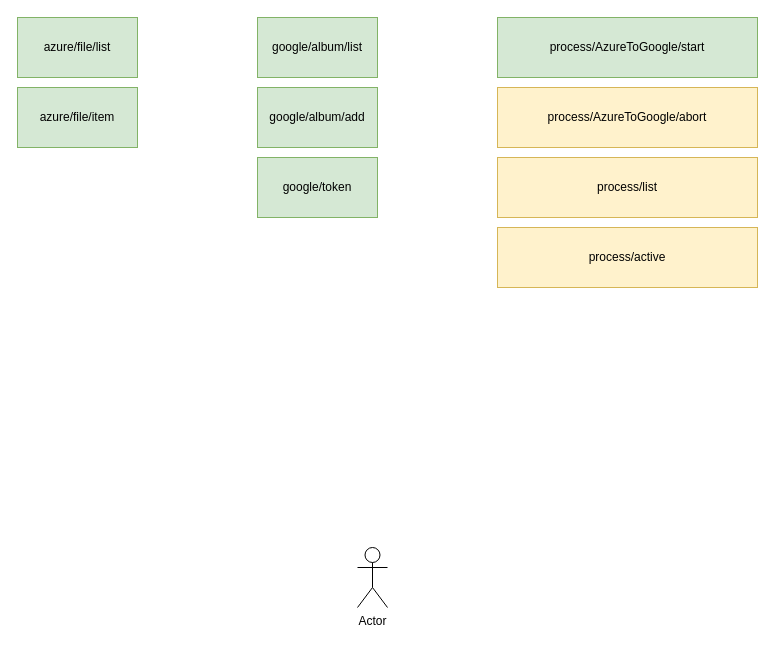
This is page "UI" (2 of 3) of docs/AdaPhotoDiagram.drawio from miticv/CloudFiles, a draw.io file, before an edit. Source tidied: cells renumbered, new cells numbered last; positions are measured from the earlier drawing's top-left corner, leaving out a move shared by most shapes. Both pictures are drawn from the tidied source at 100%, with x=0, y=0 at pixel (17, 17).
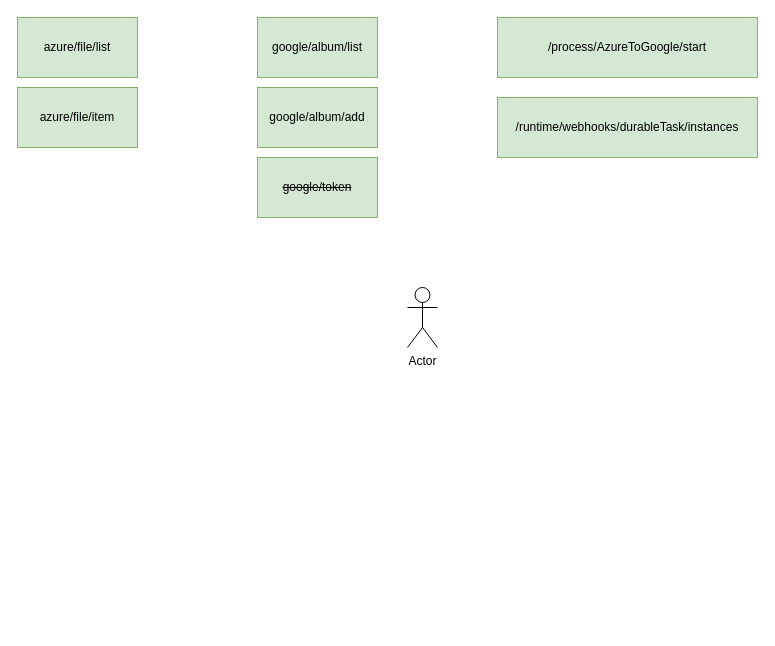
Above is the later version.

The edit, as a diff of the source:
```diff
@@
 <mxGraphModel>
   <root>
     <mxCell id="0" />
     <mxCell id="1" parent="0" />
     <mxCell id="2" value="azure/file/list" style="rounded=0;whiteSpace=wrap;html=1;fillColor=#d5e8d4;strokeColor=#82b366;" parent="1" vertex="1">
       <mxGeometry width="120" height="60" as="geometry" />
     </mxCell>
-    <mxCell id="3" value="process/AzureToGoogle/start" style="rounded=0;whiteSpace=wrap;html=1;fillColor=#d5e8d4;strokeColor=#82b366;" parent="1" vertex="1">
+    <mxCell id="3" value="/process/AzureToGoogle/start" style="rounded=0;whiteSpace=wrap;html=1;fillColor=#d5e8d4;strokeColor=#82b366;" parent="1" vertex="1">
       <mxGeometry x="480" width="260" height="60" as="geometry" />
     </mxCell>
-    <mxCell id="4" value="process/AzureToGoogle/abort" style="rounded=0;whiteSpace=wrap;html=1;fillColor=#fff2cc;strokeColor=#d6b656;" parent="1" vertex="1">
-      <mxGeometry x="480" y="70" width="260" height="60" as="geometry" />
-    </mxCell>
-    <mxCell id="5" value="process/list" style="rounded=0;whiteSpace=wrap;html=1;fillColor=#fff2cc;strokeColor=#d6b656;" parent="1" vertex="1">
-      <mxGeometry x="480" y="140" width="260" height="60" as="geometry" />
-    </mxCell>
-    <mxCell id="6" value="process/active" style="rounded=0;whiteSpace=wrap;html=1;fillColor=#fff2cc;strokeColor=#d6b656;" parent="1" vertex="1">
-      <mxGeometry x="480" y="210" width="260" height="60" as="geometry" />
-    </mxCell>
     <mxCell id="7" value="azure/file/item" style="rounded=0;whiteSpace=wrap;html=1;fillColor=#d5e8d4;strokeColor=#82b366;" parent="1" vertex="1">
       <mxGeometry y="70" width="120" height="60" as="geometry" />
     </mxCell>
     <mxCell id="8" value="google/album/list" style="rounded=0;whiteSpace=wrap;html=1;fillColor=#d5e8d4;strokeColor=#82b366;" parent="1" vertex="1">
       <mxGeometry x="240" width="120" height="60" as="geometry" />
     </mxCell>
     <mxCell id="9" value="google/album/add" style="rounded=0;whiteSpace=wrap;html=1;fillColor=#d5e8d4;strokeColor=#82b366;" parent="1" vertex="1">
       <mxGeometry x="240" y="70" width="120" height="60" as="geometry" />
     </mxCell>
     <mxCell id="10" value="Actor" style="shape=umlActor;verticalLabelPosition=bottom;labelBackgroundColor=#ffffff;verticalAlign=top;html=1;" parent="1" vertex="1">
-      <mxGeometry x="340" y="530" width="30" height="60" as="geometry" />
+      <mxGeometry x="390" y="270" width="30" height="60" as="geometry" />
     </mxCell>
-    <mxCell id="11" value="google/token" style="rounded=0;whiteSpace=wrap;html=1;fillColor=#d5e8d4;strokeColor=#82b366;" parent="1" vertex="1">
+    <mxCell id="11" value="&lt;strike&gt;google/token&lt;/strike&gt;" style="rounded=0;whiteSpace=wrap;html=1;fillColor=#d5e8d4;strokeColor=#82b366;" parent="1" vertex="1">
       <mxGeometry x="240" y="140" width="120" height="60" as="geometry" />
     </mxCell>
+    <mxCell id="12" value="/runtime/webhooks/durableTask/instances" style="rounded=0;whiteSpace=wrap;html=1;fillColor=#d5e8d4;strokeColor=#82b366;" parent="1" vertex="1">
+      <mxGeometry x="480" y="80" width="260" height="60" as="geometry" />
+    </mxCell>
   </root>
 </mxGraphModel>
```
